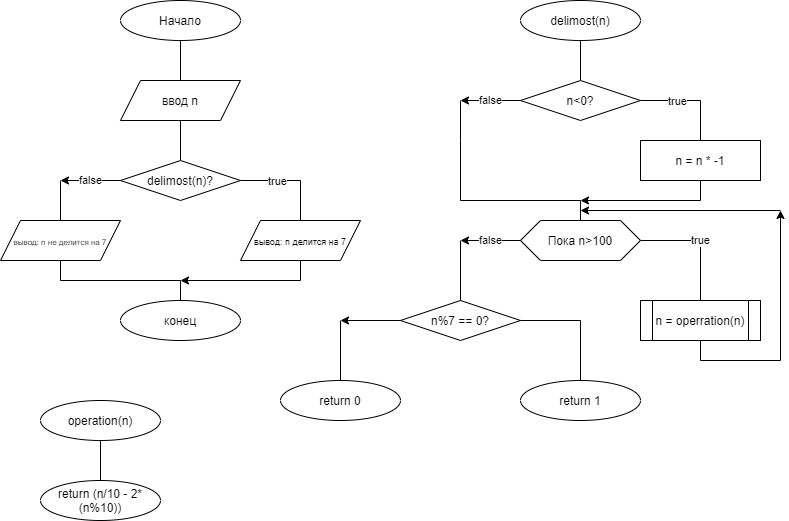
This is lab1.png from WantBeASleep/1sem_lab1, a draw.io export, as it was before one commit. Source tidied: cells renumbered, new cells last; positions are measured from the earlier drawing's top-left corner, leaving out a move shared by most shapes.
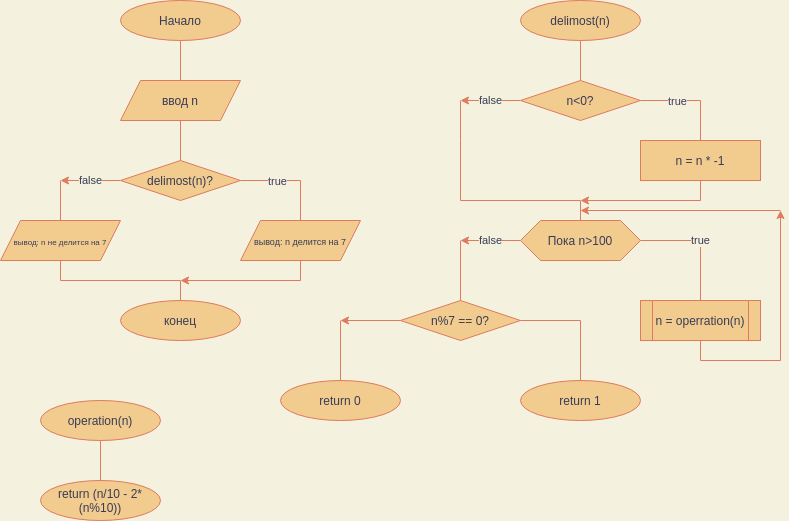
After the change.

What changed in the source:
```diff
@@ -1,204 +1,204 @@
-<mxGraphModel>
+<mxGraphModel background="#F4F1DE">
   <root>
     <mxCell id="0" />
-    <mxCell id="1" parent="0" />
+    <mxCell id="1" value="Блок-схема" parent="0" />
-    <mxCell id="2" style="edgeStyle=orthogonalEdgeStyle;rounded=0;jettySize=auto;html=1;endArrow=none;endFill=0;" parent="1" edge="1" source="3" target="5">
+    <mxCell id="2" style="edgeStyle=orthogonalEdgeStyle;rounded=0;jettySize=auto;html=1;endArrow=none;endFill=0;labelBackgroundColor=#F4F1DE;strokeColor=#E07A5F;fontColor=#393C56;" parent="1" edge="1" source="3" target="5">
       <mxGeometry relative="1" as="geometry" />
     </mxCell>
-    <mxCell id="3" value="Начало" style="ellipse;whiteSpace=wrap;html=1;" parent="1" vertex="1">
+    <mxCell id="3" value="Начало" style="ellipse;whiteSpace=wrap;html=1;fillColor=#F2CC8F;strokeColor=#E07A5F;fontColor=#393C56;" parent="1" vertex="1">
       <mxGeometry x="120" width="120" height="40" as="geometry" />
     </mxCell>
-    <mxCell id="4" style="edgeStyle=orthogonalEdgeStyle;rounded=0;jettySize=auto;html=1;endArrow=none;endFill=0;" parent="1" edge="1" source="5" target="9">
+    <mxCell id="4" style="edgeStyle=orthogonalEdgeStyle;rounded=0;jettySize=auto;html=1;endArrow=none;endFill=0;labelBackgroundColor=#F4F1DE;strokeColor=#E07A5F;fontColor=#393C56;" parent="1" edge="1" source="5" target="9">
       <mxGeometry relative="1" as="geometry" />
     </mxCell>
-    <mxCell id="5" value="ввод n" style="shape=parallelogram;perimeter=parallelogramPerimeter;whiteSpace=wrap;html=1;fixedSize=1;" parent="1" vertex="1">
+    <mxCell id="5" value="ввод n" style="shape=parallelogram;perimeter=parallelogramPerimeter;whiteSpace=wrap;html=1;fixedSize=1;fillColor=#F2CC8F;strokeColor=#E07A5F;fontColor=#393C56;" parent="1" vertex="1">
       <mxGeometry x="120" y="80" width="120" height="40" as="geometry" />
     </mxCell>
-    <mxCell id="6" style="edgeStyle=orthogonalEdgeStyle;rounded=0;jettySize=auto;html=1;exitX=1;exitY=0.5;exitDx=0;exitDy=0;endArrow=none;endFill=0;" parent="1" edge="1" source="9" target="10">
+    <mxCell id="6" style="edgeStyle=orthogonalEdgeStyle;rounded=0;jettySize=auto;html=1;exitX=1;exitY=0.5;exitDx=0;exitDy=0;endArrow=none;endFill=0;labelBackgroundColor=#F4F1DE;strokeColor=#E07A5F;fontColor=#393C56;" parent="1" edge="1" source="9" target="10">
       <mxGeometry relative="1" as="geometry" />
     </mxCell>
-    <mxCell id="7" value="true" style="edgeLabel;html=1;align=center;verticalAlign=middle;" parent="6" vertex="1">
+    <mxCell id="7" value="true" style="edgeLabel;html=1;align=center;verticalAlign=middle;labelBackgroundColor=#F4F1DE;fontColor=#393C56;" parent="6" vertex="1">
       <mxGeometry x="-0.27" y="-2" relative="1" as="geometry">
         <mxPoint y="-2" as="offset" />
       </mxGeometry>
     </mxCell>
-    <mxCell id="8" style="edgeStyle=orthogonalEdgeStyle;rounded=0;jettySize=auto;html=1;endArrow=none;endFill=0;" parent="1" edge="1" target="12">
+    <mxCell id="8" style="edgeStyle=orthogonalEdgeStyle;rounded=0;jettySize=auto;html=1;endArrow=none;endFill=0;labelBackgroundColor=#F4F1DE;strokeColor=#E07A5F;fontColor=#393C56;" parent="1" edge="1" target="12">
       <mxGeometry relative="1" as="geometry">
         <mxPoint x="60" y="180" as="sourcePoint" />
       </mxGeometry>
     </mxCell>
-    <mxCell id="9" value="delimost(n)?" style="rhombus;whiteSpace=wrap;html=1;" parent="1" vertex="1">
+    <mxCell id="9" value="delimost(n)?" style="rhombus;whiteSpace=wrap;html=1;fillColor=#F2CC8F;strokeColor=#E07A5F;fontColor=#393C56;" parent="1" vertex="1">
       <mxGeometry x="120" y="160" width="120" height="40" as="geometry" />
     </mxCell>
-    <mxCell id="10" value="&lt;font style=&quot;font-size: 9px&quot;&gt;вывод: n делится на 7&lt;/font&gt;" style="shape=parallelogram;perimeter=parallelogramPerimeter;whiteSpace=wrap;html=1;fixedSize=1;" parent="1" vertex="1">
+    <mxCell id="10" value="&lt;font style=&quot;font-size: 9px&quot;&gt;вывод: n делится на 7&lt;/font&gt;" style="shape=parallelogram;perimeter=parallelogramPerimeter;whiteSpace=wrap;html=1;fixedSize=1;fillColor=#F2CC8F;strokeColor=#E07A5F;fontColor=#393C56;" parent="1" vertex="1">
       <mxGeometry x="240" y="220" width="120" height="40" as="geometry" />
     </mxCell>
-    <mxCell id="11" style="edgeStyle=orthogonalEdgeStyle;rounded=0;jettySize=auto;html=1;endArrow=none;endFill=0;exitX=0.5;exitY=1;exitDx=0;exitDy=0;" parent="1" edge="1" source="12" target="14">
+    <mxCell id="11" style="edgeStyle=orthogonalEdgeStyle;rounded=0;jettySize=auto;html=1;endArrow=none;endFill=0;exitX=0.5;exitY=1;exitDx=0;exitDy=0;labelBackgroundColor=#F4F1DE;strokeColor=#E07A5F;fontColor=#393C56;" parent="1" edge="1" source="12" target="14">
       <mxGeometry relative="1" as="geometry" />
     </mxCell>
-    <mxCell id="12" value="&lt;font style=&quot;font-size: 8px&quot;&gt;вывод: n не делится на 7&lt;/font&gt;" style="shape=parallelogram;perimeter=parallelogramPerimeter;whiteSpace=wrap;html=1;fixedSize=1;" parent="1" vertex="1">
+    <mxCell id="12" value="&lt;font style=&quot;font-size: 8px&quot;&gt;вывод: n не делится на 7&lt;/font&gt;" style="shape=parallelogram;perimeter=parallelogramPerimeter;whiteSpace=wrap;html=1;fixedSize=1;fillColor=#F2CC8F;strokeColor=#E07A5F;fontColor=#393C56;" parent="1" vertex="1">
       <mxGeometry y="220" width="120" height="40" as="geometry" />
     </mxCell>
-    <mxCell id="13" value="false" style="endArrow=classic;html=1;exitX=0;exitY=0.5;exitDx=0;exitDy=0;" parent="1" edge="1" source="9">
+    <mxCell id="13" value="false" style="endArrow=classic;html=1;exitX=0;exitY=0.5;exitDx=0;exitDy=0;labelBackgroundColor=#F4F1DE;strokeColor=#E07A5F;fontColor=#393C56;" parent="1" edge="1" source="9">
       <mxGeometry relative="1" as="geometry">
         <mxPoint x="60" y="180" as="targetPoint" />
       </mxGeometry>
     </mxCell>
-    <mxCell id="14" value="конец" style="ellipse;whiteSpace=wrap;html=1;" parent="1" vertex="1">
+    <mxCell id="14" value="конец" style="ellipse;whiteSpace=wrap;html=1;fillColor=#F2CC8F;strokeColor=#E07A5F;fontColor=#393C56;" parent="1" vertex="1">
       <mxGeometry x="120" y="300" width="120" height="40" as="geometry" />
     </mxCell>
-    <mxCell id="15" style="endArrow=classic;html=1;" parent="1" edge="1">
+    <mxCell id="15" style="endArrow=classic;html=1;labelBackgroundColor=#F4F1DE;strokeColor=#E07A5F;fontColor=#393C56;" parent="1" edge="1">
       <mxGeometry relative="1" as="geometry">
         <mxPoint x="300" y="280" as="sourcePoint" />
         <mxPoint x="180" y="280" as="targetPoint" />
       </mxGeometry>
     </mxCell>
-    <mxCell id="16" style="endArrow=none;html=1;entryX=0.5;entryY=1;entryDx=0;entryDy=0;" parent="1" edge="1" target="10">
+    <mxCell id="16" style="endArrow=none;html=1;entryX=0.5;entryY=1;entryDx=0;entryDy=0;labelBackgroundColor=#F4F1DE;strokeColor=#E07A5F;fontColor=#393C56;" parent="1" edge="1" target="10">
       <mxGeometry relative="1" as="geometry">
         <mxPoint x="300" y="280" as="sourcePoint" />
       </mxGeometry>
     </mxCell>
-    <mxCell id="17" style="edgeStyle=orthogonalEdgeStyle;rounded=0;jettySize=auto;html=1;endArrow=none;endFill=0;" parent="1" edge="1" source="18">
+    <mxCell id="17" style="edgeStyle=orthogonalEdgeStyle;rounded=0;jettySize=auto;html=1;endArrow=none;endFill=0;labelBackgroundColor=#F4F1DE;strokeColor=#E07A5F;fontColor=#393C56;" parent="1" edge="1" source="18">
       <mxGeometry relative="1" as="geometry">
         <mxPoint x="580" y="80" as="targetPoint" />
       </mxGeometry>
     </mxCell>
-    <mxCell id="18" value="delimost(n)" style="ellipse;whiteSpace=wrap;html=1;" parent="1" vertex="1">
+    <mxCell id="18" value="delimost(n)" style="ellipse;whiteSpace=wrap;html=1;fillColor=#F2CC8F;strokeColor=#E07A5F;fontColor=#393C56;" parent="1" vertex="1">
       <mxGeometry x="520" width="120" height="40" as="geometry" />
     </mxCell>
-    <mxCell id="19" style="edgeStyle=orthogonalEdgeStyle;rounded=0;jettySize=auto;html=1;exitX=1;exitY=0.5;exitDx=0;exitDy=0;endArrow=none;endFill=0;" parent="1" edge="1" source="22">
+    <mxCell id="19" style="edgeStyle=orthogonalEdgeStyle;rounded=0;jettySize=auto;html=1;exitX=1;exitY=0.5;exitDx=0;exitDy=0;endArrow=none;endFill=0;labelBackgroundColor=#F4F1DE;strokeColor=#E07A5F;fontColor=#393C56;" parent="1" edge="1" source="22">
       <mxGeometry relative="1" as="geometry">
         <mxPoint x="700" y="140" as="targetPoint" />
       </mxGeometry>
     </mxCell>
-    <mxCell id="20" value="true" style="edgeLabel;html=1;align=center;verticalAlign=middle;" parent="19" vertex="1">
+    <mxCell id="20" value="true" style="edgeLabel;html=1;align=center;verticalAlign=middle;labelBackgroundColor=#F4F1DE;fontColor=#393C56;" parent="19" vertex="1">
       <mxGeometry x="-0.27" y="-2" relative="1" as="geometry">
         <mxPoint y="-2" as="offset" />
       </mxGeometry>
     </mxCell>
-    <mxCell id="21" style="edgeStyle=orthogonalEdgeStyle;rounded=0;orthogonalLoop=1;jettySize=auto;html=1;endArrow=none;endFill=0;" parent="1" edge="1">
+    <mxCell id="21" style="edgeStyle=orthogonalEdgeStyle;rounded=0;orthogonalLoop=1;jettySize=auto;html=1;endArrow=none;endFill=0;labelBackgroundColor=#F4F1DE;strokeColor=#E07A5F;fontColor=#393C56;" parent="1" edge="1">
       <mxGeometry relative="1" as="geometry">
         <mxPoint x="460" y="100" as="sourcePoint" />
         <mxPoint x="460" y="140" as="targetPoint" />
       </mxGeometry>
     </mxCell>
-    <mxCell id="22" value="n&amp;lt;0?" style="rhombus;whiteSpace=wrap;html=1;" parent="1" vertex="1">
+    <mxCell id="22" value="n&amp;lt;0?" style="rhombus;whiteSpace=wrap;html=1;fillColor=#F2CC8F;strokeColor=#E07A5F;fontColor=#393C56;" parent="1" vertex="1">
       <mxGeometry x="520" y="80" width="120" height="40" as="geometry" />
     </mxCell>
-    <mxCell id="23" value="false" style="endArrow=classic;html=1;exitX=0;exitY=0.5;exitDx=0;exitDy=0;" parent="1" edge="1" source="22">
+    <mxCell id="23" value="false" style="endArrow=classic;html=1;exitX=0;exitY=0.5;exitDx=0;exitDy=0;labelBackgroundColor=#F4F1DE;strokeColor=#E07A5F;fontColor=#393C56;" parent="1" edge="1" source="22">
       <mxGeometry relative="1" as="geometry">
         <mxPoint x="460" y="100" as="targetPoint" />
       </mxGeometry>
     </mxCell>
-    <mxCell id="24" value="n = n * -1" style="rounded=0;whiteSpace=wrap;html=1;" parent="1" vertex="1">
+    <mxCell id="24" value="n = n * -1" style="rounded=0;whiteSpace=wrap;html=1;fillColor=#F2CC8F;strokeColor=#E07A5F;fontColor=#393C56;" parent="1" vertex="1">
       <mxGeometry x="640" y="140" width="120" height="40" as="geometry" />
     </mxCell>
-    <mxCell id="25" value="true" style="edgeStyle=orthogonalEdgeStyle;rounded=0;jettySize=auto;html=1;endArrow=none;endFill=0;exitX=1;exitY=0.5;exitDx=0;exitDy=0;" parent="1" edge="1" source="26">
+    <mxCell id="25" value="true" style="edgeStyle=orthogonalEdgeStyle;rounded=0;jettySize=auto;html=1;endArrow=none;endFill=0;exitX=1;exitY=0.5;exitDx=0;exitDy=0;labelBackgroundColor=#F4F1DE;strokeColor=#E07A5F;fontColor=#393C56;" parent="1" edge="1" source="26">
       <mxGeometry relative="1" as="geometry">
         <mxPoint x="700" y="300" as="targetPoint" />
       </mxGeometry>
     </mxCell>
-    <mxCell id="26" value="Пока n&amp;gt;100" style="shape=hexagon;perimeter=hexagonPerimeter2;whiteSpace=wrap;html=1;fixedSize=1;" parent="1" vertex="1">
+    <mxCell id="26" value="Пока n&amp;gt;100" style="shape=hexagon;perimeter=hexagonPerimeter2;whiteSpace=wrap;html=1;fixedSize=1;fillColor=#F2CC8F;strokeColor=#E07A5F;fontColor=#393C56;" parent="1" vertex="1">
       <mxGeometry x="520" y="220" width="120" height="40" as="geometry" />
     </mxCell>
-    <mxCell id="27" style="endArrow=none;html=1;" parent="1" edge="1">
+    <mxCell id="27" style="endArrow=none;html=1;labelBackgroundColor=#F4F1DE;strokeColor=#E07A5F;fontColor=#393C56;" parent="1" edge="1">
       <mxGeometry relative="1" as="geometry">
         <mxPoint x="460" y="200" as="sourcePoint" />
         <mxPoint x="460" y="140" as="targetPoint" />
       </mxGeometry>
     </mxCell>
-    <mxCell id="28" style="endArrow=none;html=1;" parent="1" edge="1">
+    <mxCell id="28" style="endArrow=none;html=1;labelBackgroundColor=#F4F1DE;strokeColor=#E07A5F;fontColor=#393C56;" parent="1" edge="1">
       <mxGeometry relative="1" as="geometry">
         <mxPoint x="460" y="200" as="sourcePoint" />
         <mxPoint x="580" y="200" as="targetPoint" />
       </mxGeometry>
     </mxCell>
-    <mxCell id="29" style="endArrow=none;html=1;exitX=0.5;exitY=0;exitDx=0;exitDy=0;" parent="1" edge="1" source="26">
+    <mxCell id="29" style="endArrow=none;html=1;exitX=0.5;exitY=0;exitDx=0;exitDy=0;labelBackgroundColor=#F4F1DE;strokeColor=#E07A5F;fontColor=#393C56;" parent="1" edge="1" source="26">
       <mxGeometry relative="1" as="geometry">
         <mxPoint x="580" y="200" as="targetPoint" />
       </mxGeometry>
     </mxCell>
-    <mxCell id="30" style="endArrow=none;html=1;exitX=0.5;exitY=1;exitDx=0;exitDy=0;" parent="1" edge="1" source="24">
+    <mxCell id="30" style="endArrow=none;html=1;exitX=0.5;exitY=1;exitDx=0;exitDy=0;labelBackgroundColor=#F4F1DE;strokeColor=#E07A5F;fontColor=#393C56;" parent="1" edge="1" source="24">
       <mxGeometry relative="1" as="geometry">
         <mxPoint x="700" y="200" as="targetPoint" />
       </mxGeometry>
     </mxCell>
-    <mxCell id="31" style="endArrow=classic;html=1;" parent="1" edge="1">
+    <mxCell id="31" style="endArrow=classic;html=1;labelBackgroundColor=#F4F1DE;strokeColor=#E07A5F;fontColor=#393C56;" parent="1" edge="1">
       <mxGeometry relative="1" as="geometry">
         <mxPoint x="700" y="200" as="sourcePoint" />
         <mxPoint x="580" y="200" as="targetPoint" />
       </mxGeometry>
     </mxCell>
-    <mxCell id="32" value="n = operration(n)" style="shape=process;whiteSpace=wrap;html=1;backgroundOutline=1;" parent="1" vertex="1">
+    <mxCell id="32" value="n = operration(n)" style="shape=process;whiteSpace=wrap;html=1;backgroundOutline=1;fillColor=#F2CC8F;strokeColor=#E07A5F;fontColor=#393C56;" parent="1" vertex="1">
       <mxGeometry x="640" y="300" width="120" height="40" as="geometry" />
     </mxCell>
-    <mxCell id="33" style="endArrow=none;html=1;entryX=0.5;entryY=1;entryDx=0;entryDy=0;" parent="1" edge="1" target="32">
+    <mxCell id="33" style="endArrow=none;html=1;entryX=0.5;entryY=1;entryDx=0;entryDy=0;labelBackgroundColor=#F4F1DE;strokeColor=#E07A5F;fontColor=#393C56;" parent="1" edge="1" target="32">
       <mxGeometry relative="1" as="geometry">
         <mxPoint x="700" y="360" as="sourcePoint" />
       </mxGeometry>
     </mxCell>
-    <mxCell id="34" style="endArrow=none;html=1;" parent="1" edge="1">
+    <mxCell id="34" style="endArrow=none;html=1;labelBackgroundColor=#F4F1DE;strokeColor=#E07A5F;fontColor=#393C56;" parent="1" edge="1">
       <mxGeometry relative="1" as="geometry">
         <mxPoint x="780" y="360" as="sourcePoint" />
         <mxPoint x="700" y="360" as="targetPoint" />
       </mxGeometry>
     </mxCell>
-    <mxCell id="35" style="endArrow=classic;html=1;" parent="1" edge="1">
+    <mxCell id="35" style="endArrow=classic;html=1;labelBackgroundColor=#F4F1DE;strokeColor=#E07A5F;fontColor=#393C56;" parent="1" edge="1">
       <mxGeometry relative="1" as="geometry">
         <mxPoint x="780" y="360" as="sourcePoint" />
         <mxPoint x="780" y="210" as="targetPoint" />
       </mxGeometry>
     </mxCell>
-    <mxCell id="36" style="endArrow=classic;html=1;" parent="1" edge="1">
+    <mxCell id="36" style="endArrow=classic;html=1;labelBackgroundColor=#F4F1DE;strokeColor=#E07A5F;fontColor=#393C56;" parent="1" edge="1">
       <mxGeometry relative="1" as="geometry">
         <mxPoint x="780" y="210" as="sourcePoint" />
         <mxPoint x="580" y="210" as="targetPoint" />
       </mxGeometry>
     </mxCell>
-    <mxCell id="37" value="n%7 == 0?" style="rhombus;whiteSpace=wrap;html=1;" parent="1" vertex="1">
+    <mxCell id="37" value="n%7 == 0?" style="rhombus;whiteSpace=wrap;html=1;fillColor=#F2CC8F;strokeColor=#E07A5F;fontColor=#393C56;" parent="1" vertex="1">
       <mxGeometry x="400" y="300" width="120" height="40" as="geometry" />
     </mxCell>
-    <mxCell id="38" style="endArrow=none;html=1;exitX=0.5;exitY=0;exitDx=0;exitDy=0;" parent="1" edge="1" source="37">
+    <mxCell id="38" style="endArrow=none;html=1;exitX=0.5;exitY=0;exitDx=0;exitDy=0;labelBackgroundColor=#F4F1DE;strokeColor=#E07A5F;fontColor=#393C56;" parent="1" edge="1" source="37">
       <mxGeometry relative="1" as="geometry">
         <mxPoint x="460" y="240" as="targetPoint" />
       </mxGeometry>
     </mxCell>
-    <mxCell id="39" value="false" style="endArrow=classic;html=1;" parent="1" edge="1">
+    <mxCell id="39" value="false" style="endArrow=classic;html=1;labelBackgroundColor=#F4F1DE;strokeColor=#E07A5F;fontColor=#393C56;" parent="1" edge="1">
       <mxGeometry relative="1" as="geometry">
         <mxPoint x="520" y="240" as="sourcePoint" />
         <mxPoint x="460" y="240" as="targetPoint" />
       </mxGeometry>
     </mxCell>
-    <mxCell id="40" value="return 1" style="ellipse;whiteSpace=wrap;html=1;" parent="1" vertex="1">
+    <mxCell id="40" value="return 1" style="ellipse;whiteSpace=wrap;html=1;fillColor=#F2CC8F;strokeColor=#E07A5F;fontColor=#393C56;" parent="1" vertex="1">
       <mxGeometry x="520" y="380" width="120" height="40" as="geometry" />
     </mxCell>
-    <mxCell id="41" value="return 0" style="ellipse;whiteSpace=wrap;html=1;" parent="1" vertex="1">
+    <mxCell id="41" value="return 0" style="ellipse;whiteSpace=wrap;html=1;fillColor=#F2CC8F;strokeColor=#E07A5F;fontColor=#393C56;" parent="1" vertex="1">
       <mxGeometry x="280" y="380" width="120" height="40" as="geometry" />
     </mxCell>
-    <mxCell id="42" style="endArrow=none;html=1;entryX=1;entryY=0.5;entryDx=0;entryDy=0;exitX=0.5;exitY=0;exitDx=0;exitDy=0;jumpSize=4;rounded=0;" parent="1" edge="1" source="40" target="37">
+    <mxCell id="42" style="endArrow=none;html=1;entryX=1;entryY=0.5;entryDx=0;entryDy=0;exitX=0.5;exitY=0;exitDx=0;exitDy=0;jumpSize=4;rounded=0;labelBackgroundColor=#F4F1DE;strokeColor=#E07A5F;fontColor=#393C56;" parent="1" edge="1" source="40" target="37">
       <mxGeometry relative="1" as="geometry">
         <Array as="points">
           <mxPoint x="580" y="320" />
         </Array>
       </mxGeometry>
     </mxCell>
-    <mxCell id="43" style="endArrow=classic;html=1;exitX=0;exitY=0.5;exitDx=0;exitDy=0;" parent="1" edge="1" source="37">
+    <mxCell id="43" style="endArrow=classic;html=1;exitX=0;exitY=0.5;exitDx=0;exitDy=0;labelBackgroundColor=#F4F1DE;strokeColor=#E07A5F;fontColor=#393C56;" parent="1" edge="1" source="37">
       <mxGeometry relative="1" as="geometry">
         <mxPoint x="340" y="320" as="targetPoint" />
       </mxGeometry>
     </mxCell>
-    <mxCell id="44" style="endArrow=none;html=1;exitX=0.5;exitY=0;exitDx=0;exitDy=0;" parent="1" edge="1" source="41">
+    <mxCell id="44" style="endArrow=none;html=1;exitX=0.5;exitY=0;exitDx=0;exitDy=0;labelBackgroundColor=#F4F1DE;strokeColor=#E07A5F;fontColor=#393C56;" parent="1" edge="1" source="41">
       <mxGeometry relative="1" as="geometry">
         <mxPoint x="340" y="320" as="targetPoint" />
       </mxGeometry>
     </mxCell>
-    <mxCell id="45" value="operation(n)" style="ellipse;whiteSpace=wrap;html=1;" parent="1" vertex="1">
+    <mxCell id="45" value="operation(n)" style="ellipse;whiteSpace=wrap;html=1;fillColor=#F2CC8F;strokeColor=#E07A5F;fontColor=#393C56;" parent="1" vertex="1">
       <mxGeometry x="40" y="400" width="120" height="40" as="geometry" />
     </mxCell>
-    <mxCell id="46" value="return (n/10 - 2*(n%10))" style="ellipse;whiteSpace=wrap;html=1;" parent="1" vertex="1">
+    <mxCell id="46" value="return (n/10 - 2*(n%10))" style="ellipse;whiteSpace=wrap;html=1;fillColor=#F2CC8F;strokeColor=#E07A5F;fontColor=#393C56;" parent="1" vertex="1">
       <mxGeometry x="40" y="480" width="120" height="40" as="geometry" />
     </mxCell>
-    <mxCell id="47" style="endArrow=none;html=1;exitX=0.5;exitY=1;exitDx=0;exitDy=0;entryX=0.5;entryY=0;entryDx=0;entryDy=0;" parent="1" edge="1" source="45" target="46">
+    <mxCell id="47" style="endArrow=none;html=1;exitX=0.5;exitY=1;exitDx=0;exitDy=0;entryX=0.5;entryY=0;entryDx=0;entryDy=0;labelBackgroundColor=#F4F1DE;strokeColor=#E07A5F;fontColor=#393C56;" parent="1" edge="1" source="45" target="46">
       <mxGeometry relative="1" as="geometry" />
     </mxCell>
   </root>
```
